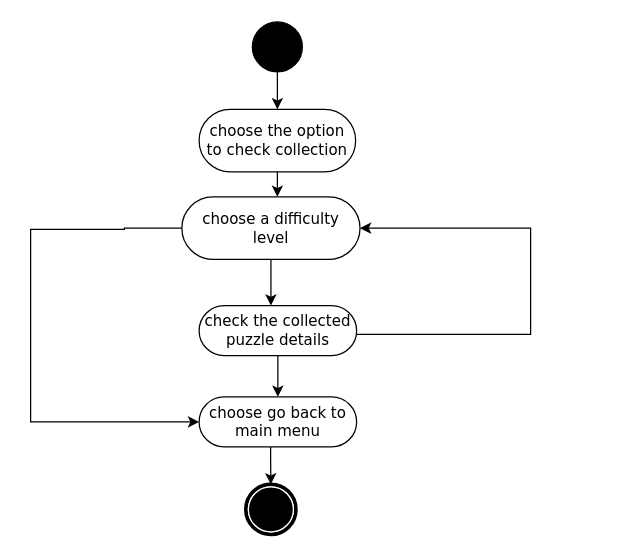
Earlier version of the draw.io diagram check collection.drawio (maxinimize/uml). Source tidied: cells renumbered, new cells numbered last; positions are measured from the earlier drawing's top-left corner, leaving out a move shared by most shapes. Both pictures are drawn from the tidied source at 125%, with x=0, y=0 at pixel (30, 21).
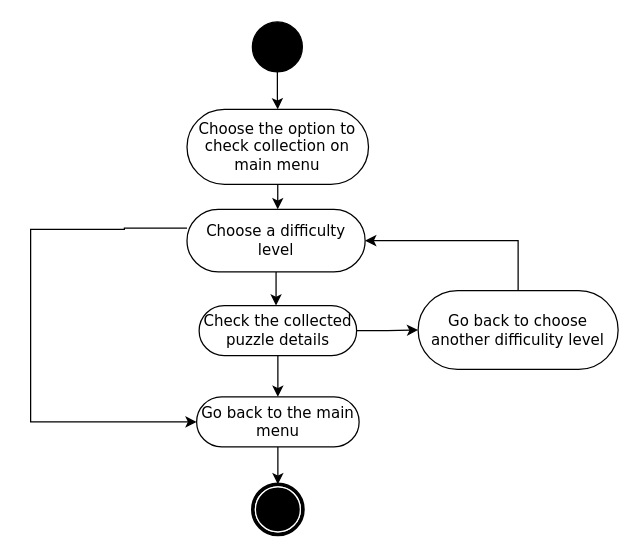
The same page after the edit.

Diff of the diagram source:
```diff
@@
     <mxCell id="3" style="edgeStyle=orthogonalEdgeStyle;rounded=0;jettySize=auto;html=1;entryX=0;entryY=0.5;entryDx=0;entryDy=0;" parent="1" edge="1" source="4" target="14">
       <mxGeometry relative="1" as="geometry">
         <Array as="points">
           <mxPoint x="75" y="165" />
           <mxPoint x="75" y="166" />
           <mxPoint y="166" />
           <mxPoint y="320" />
+          <mxPoint x="125" y="320" />
         </Array>
       </mxGeometry>
     </mxCell>
-    <mxCell id="4" value="choose a difficulty level" style="rounded=1;whiteSpace=wrap;html=1;shadow=0;comic=0;labelBackgroundColor=none;strokeWidth=1;fontFamily=Verdana;fontSize=12;align=center;arcSize=50;" parent="1" vertex="1">
-      <mxGeometry x="121" y="140" width="142.5" height="50" as="geometry" />
+    <mxCell id="4" value="Choose a difficulty level" style="rounded=1;whiteSpace=wrap;html=1;shadow=0;comic=0;labelBackgroundColor=none;strokeWidth=1;fontFamily=Verdana;fontSize=12;align=center;arcSize=50;" parent="1" vertex="1">
+      <mxGeometry x="125.1" y="150" width="142.5" height="50" as="geometry" />
     </mxCell>
@@
-    <mxCell id="8" style="edgeStyle=orthogonalEdgeStyle;rounded=0;jettySize=auto;html=1;entryX=1;entryY=0.5;entryDx=0;entryDy=0;" parent="1" edge="1" source="9" target="4">
-      <mxGeometry relative="1" as="geometry">
-        <Array as="points">
-          <mxPoint x="400" y="250" />
-          <mxPoint x="400" y="165" />
-        </Array>
-      </mxGeometry>
-    </mxCell>
+    <mxCell id="15" style="edgeStyle=orthogonalEdgeStyle;rounded=0;jettySize=auto;html=1;" parent="1" edge="1" source="9" target="17">
+      <mxGeometry relative="1" as="geometry" />
+    </mxCell>
-    <mxCell id="9" value="check the collected puzzle details" style="rounded=1;whiteSpace=wrap;html=1;shadow=0;comic=0;labelBackgroundColor=none;strokeWidth=1;fontFamily=Verdana;fontSize=12;align=center;arcSize=50;" parent="1" vertex="1">
+    <mxCell id="9" value="Check the collected puzzle details" style="rounded=1;whiteSpace=wrap;html=1;shadow=0;comic=0;labelBackgroundColor=none;strokeWidth=1;fontFamily=Verdana;fontSize=12;align=center;arcSize=50;" parent="1" vertex="1">
       <mxGeometry x="134.8" y="227" width="126" height="40" as="geometry" />
     </mxCell>
     <mxCell id="10" style="shape=mxgraph.bpmn.shape;html=1;verticalLabelPosition=bottom;labelBackgroundColor=#ffffff;verticalAlign=top;perimeter=ellipsePerimeter;outline=end;symbol=terminate;rounded=0;shadow=0;comic=0;strokeWidth=1;fontFamily=Verdana;fontSize=12;align=center;" parent="1" vertex="1">
-      <mxGeometry x="172.2" y="370" width="40" height="40" as="geometry" />
+      <mxGeometry x="177.8" y="370" width="40" height="40" as="geometry" />
     </mxCell>
@@
-    <mxCell id="12" value="choose the option to check collection" style="rounded=1;whiteSpace=wrap;html=1;shadow=0;comic=0;labelBackgroundColor=none;strokeWidth=1;fontFamily=Verdana;fontSize=12;align=center;arcSize=50;" parent="1" vertex="1">
-      <mxGeometry x="134.8" y="70" width="125.2" height="50" as="geometry" />
+    <mxCell id="12" value="Choose the option to check collection on main menu" style="rounded=1;whiteSpace=wrap;html=1;shadow=0;comic=0;labelBackgroundColor=none;strokeWidth=1;fontFamily=Verdana;fontSize=12;align=center;arcSize=50;" parent="1" vertex="1">
+      <mxGeometry x="125.1" y="70" width="145.2" height="60" as="geometry" />
     </mxCell>
     <mxCell id="13" style="edgeStyle=orthogonalEdgeStyle;rounded=0;jettySize=auto;html=1;" parent="1" edge="1" source="14" target="10">
-      <mxGeometry relative="1" as="geometry">
-        <Array as="points">
-          <mxPoint x="192" y="350" />
-          <mxPoint x="192" y="350" />
-        </Array>
-      </mxGeometry>
+      <mxGeometry relative="1" as="geometry" />
     </mxCell>
-    <mxCell id="14" value="choose go back to main menu" style="rounded=1;whiteSpace=wrap;html=1;shadow=0;comic=0;labelBackgroundColor=none;strokeWidth=1;fontFamily=Verdana;fontSize=12;align=center;arcSize=50;" parent="1" vertex="1">
-      <mxGeometry x="134.8" y="300" width="126" height="40" as="geometry" />
+    <mxCell id="14" value="Go back to the main menu" style="rounded=1;whiteSpace=wrap;html=1;shadow=0;comic=0;labelBackgroundColor=none;strokeWidth=1;fontFamily=Verdana;fontSize=12;align=center;arcSize=50;" parent="1" vertex="1">
+      <mxGeometry x="132.8" y="300" width="130" height="40" as="geometry" />
     </mxCell>
+    <mxCell id="16" style="edgeStyle=orthogonalEdgeStyle;rounded=0;jettySize=auto;html=1;entryX=1;entryY=0.5;entryDx=0;entryDy=0;exitX=0.5;exitY=0;exitDx=0;exitDy=0;" parent="1" edge="1" source="17" target="4">
+      <mxGeometry relative="1" as="geometry" />
+    </mxCell>
+    <mxCell id="17" value="Go back to choose another difficulity level" style="rounded=1;whiteSpace=wrap;html=1;shadow=0;comic=0;labelBackgroundColor=none;strokeWidth=1;fontFamily=Verdana;fontSize=12;align=center;arcSize=50;" parent="1" vertex="1">
+      <mxGeometry x="310" y="215" width="160" height="63" as="geometry" />
+    </mxCell>
```
